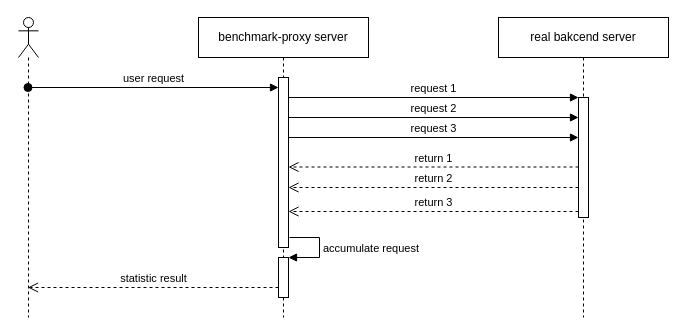
The draw.io diagram doc/benchmark-proxy.drawio in zengzhuozhen/benchmark-proxy, before the edit. Source tidied: cells renumbered, new cells numbered last; positions are measured from the earlier drawing's top-left corner, leaving out a move shared by most shapes. Both pictures are drawn from the tidied source at 100%, with x=0, y=0 at pixel (18, 17).
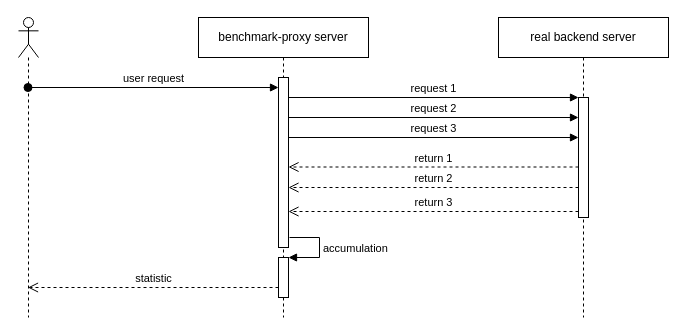
The same page after the edit.

The change refers to these unchanged cells:
```xml
<mxCell id="2" value="&lt;span style=&quot;&quot;&gt;benchmark-proxy server&lt;/span&gt;" style="shape=umlLifeline;perimeter=lifelinePerimeter;whiteSpace=wrap;html=1;" parent="1" vertex="1">
  <mxGeometry x="180" width="170" height="300" as="geometry" />
</mxCell>
<mxCell id="4" style="html=1;points=[];perimeter=orthogonalPerimeter;" parent="2" vertex="1">
  <mxGeometry x="80" y="240" width="10" height="40" as="geometry" />
</mxCell>
<mxCell id="11" style="shape=umlLifeline;participant=umlActor;perimeter=lifelinePerimeter;whiteSpace=wrap;html=1;verticalAlign=top;spacingTop=36;outlineConnect=0;" parent="1" vertex="1">
  <mxGeometry width="20" height="300" as="geometry" />
</mxCell>
```

The edit, as a diff of the source:
```diff
@@
-    <mxCell id="5" value="accumulate request" style="edgeStyle=orthogonalEdgeStyle;html=1;align=left;spacingLeft=2;endArrow=block;rounded=0;entryX=1;entryY=0;" parent="2" edge="1" target="4">
+    <mxCell id="5" value="accumulation" style="edgeStyle=orthogonalEdgeStyle;html=1;align=left;spacingLeft=2;endArrow=block;rounded=0;entryX=1;entryY=0;" parent="2" edge="1" target="4">
       <mxGeometry relative="1" as="geometry">
         <mxPoint x="91" y="220" as="sourcePoint" />
         <Array as="points">
           <mxPoint x="121" y="220" />
         </Array>
       </mxGeometry>
     </mxCell>
-    <mxCell id="6" value="statistic result" style="html=1;verticalAlign=bottom;endArrow=open;dashed=1;endSize=8;rounded=0;" parent="2" edge="1" target="11">
+    <mxCell id="6" value="statistic" style="html=1;verticalAlign=bottom;endArrow=open;dashed=1;endSize=8;rounded=0;" parent="2" edge="1" target="11">
       <mxGeometry relative="1" as="geometry">
         <mxPoint x="80" y="270" as="sourcePoint" />
       </mxGeometry>
     </mxCell>
-    <mxCell id="7" value="&lt;span style=&quot;&quot;&gt;real bakcend server&lt;/span&gt;" style="shape=umlLifeline;perimeter=lifelinePerimeter;whiteSpace=wrap;html=1;" parent="1" vertex="1">
+    <mxCell id="7" value="&lt;span style=&quot;&quot;&gt;real backend server&lt;/span&gt;" style="shape=umlLifeline;perimeter=lifelinePerimeter;whiteSpace=wrap;html=1;" parent="1" vertex="1">
       <mxGeometry x="480" width="170" height="300" as="geometry" />
     </mxCell>
```
